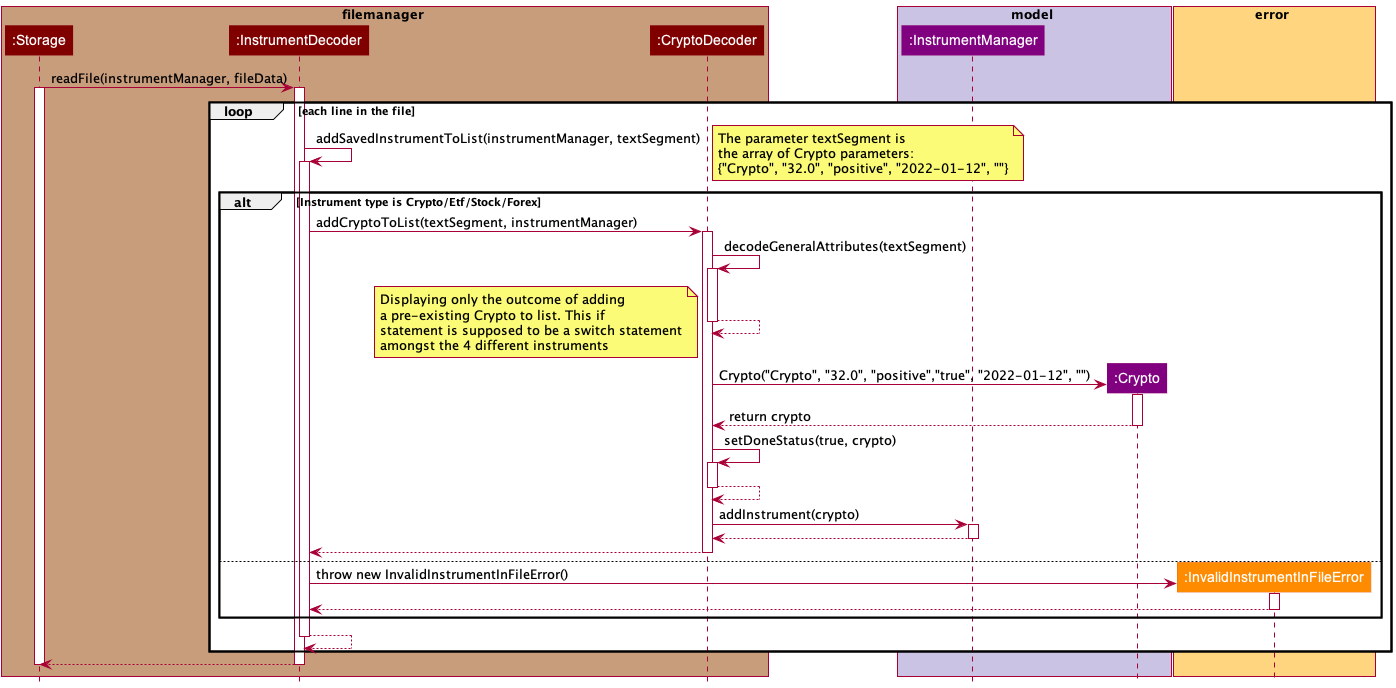
The PlantUML diagram docs/images/FileManagerSequenceDiagram.png in williamlamjy/mTracker, before a commit.
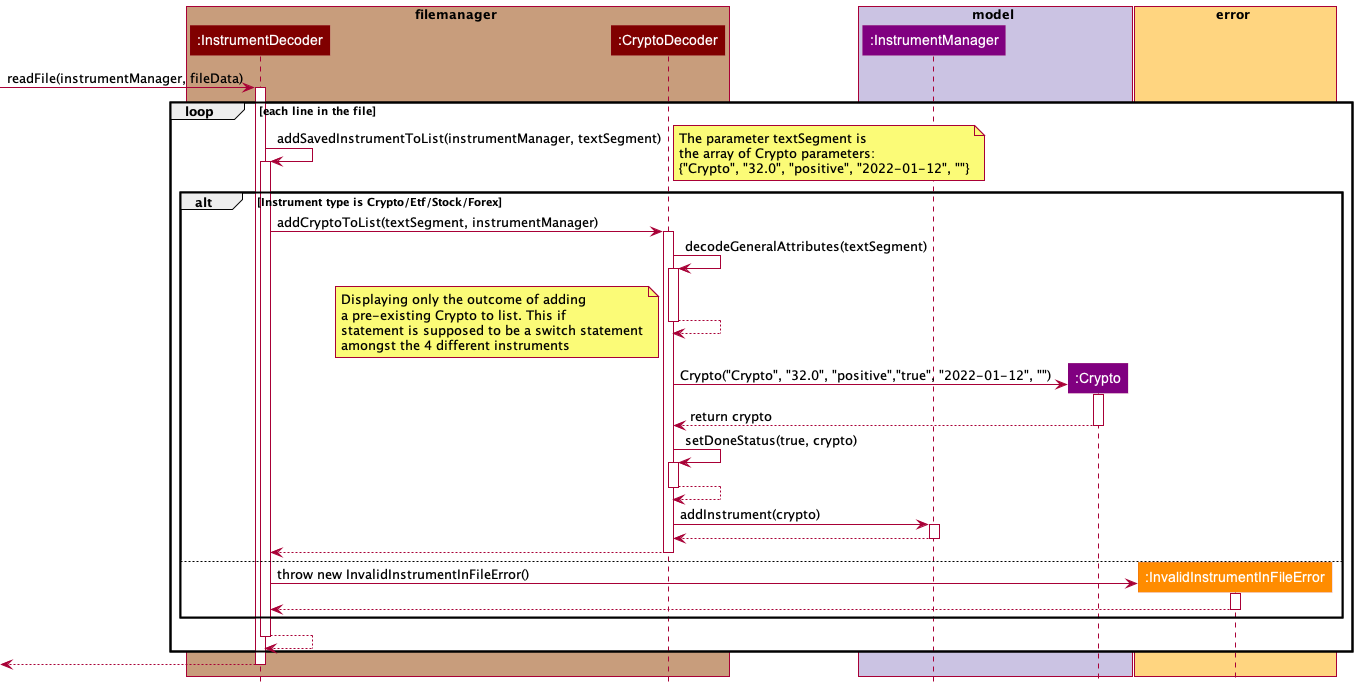
The same file after the commit.

What changed in the source:
```diff
@@ -2,7 +2,6 @@
 !include Styles.puml
 
 box filemanager COLOR_STORAGE_SEGMENT
-participant ":Storage" as Storage COLOR_STORAGE
 participant ":InstrumentDecoder" as InstrumentDecoder COLOR_STORAGE
 participant ":CryptoDecoder" as CryptoDecoder COLOR_STORAGE
 end box
@@ -17,8 +16,7 @@
 end box
 
 
-    Storage-> InstrumentDecoder: readFile(instrumentManager, fileData)
-    activate Storage
+    [-> InstrumentDecoder: readFile(instrumentManager, fileData)
     activate InstrumentDecoder
 
         loop each line in the file
@@ -77,11 +75,13 @@
                     deactivate InvalidInstrumentInFileError
 
                     end
+
                     InstrumentDecoder--> InstrumentDecoder
                     deactivate InstrumentDecoder
+
                     end
-                    InstrumentDecoder--> Storage
+
+                    [<--InstrumentDecoder
                     deactivate InstrumentDecoder
-                    deactivate Storage
 
 @enduml
```
